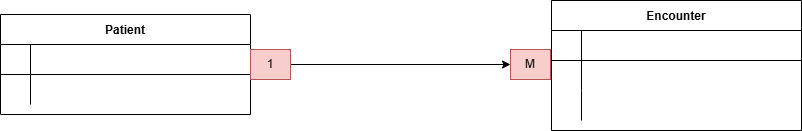
The draw.io diagram Patient Encounter Provider ER .drawio.png in tonilondon/sql-stork-caboodle, before a commit. Source tidied: cells renumbered, new cells last; positions are measured from the earlier drawing's top-left corner, leaving out a move shared by most shapes.
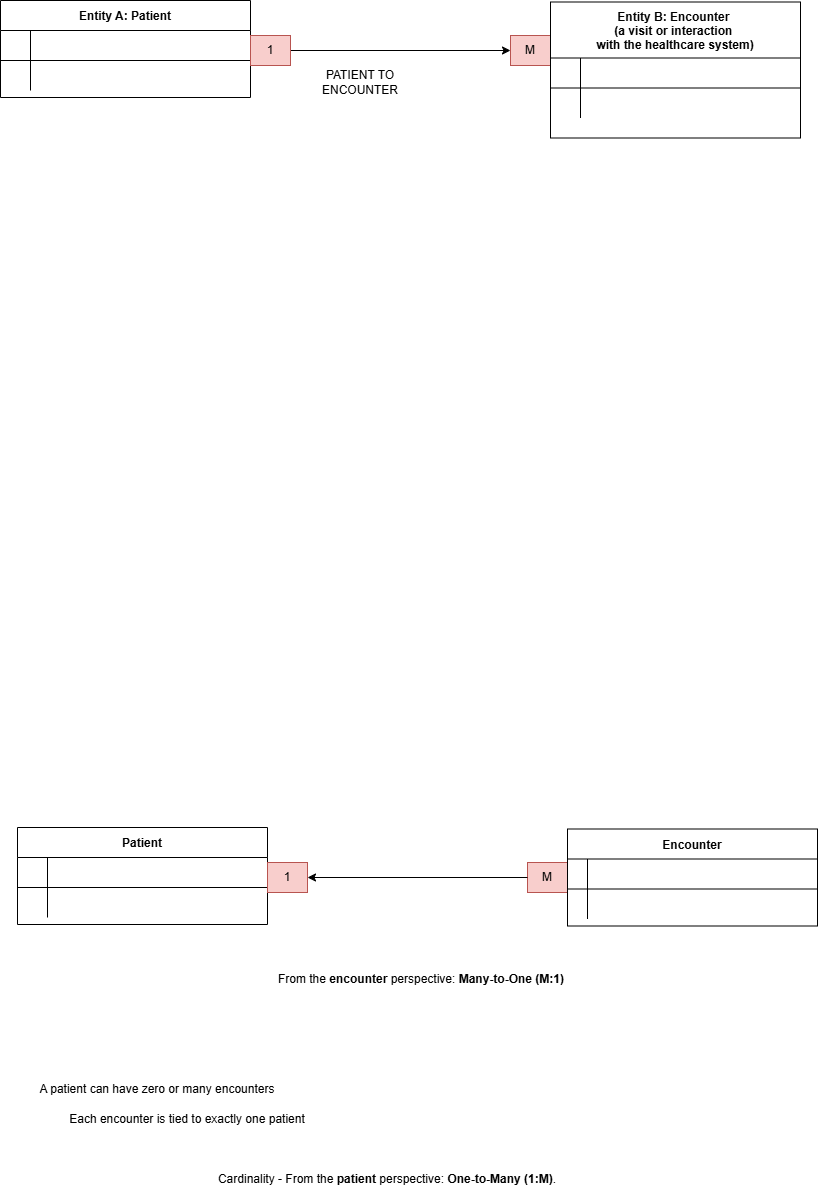
Above is the later version.

What changed in the source:
```diff
@@ -2,38 +2,8 @@
   <root>
     <mxCell id="0" />
     <mxCell id="1" parent="0" />
-    <mxCell id="2" value="Encounter" style="shape=table;startSize=30;rowLines=0;fontStyle=1;align=center;" parent="1" vertex="1">
-      <mxGeometry x="551" width="250" height="130" as="geometry" />
-    </mxCell>
-    <mxCell id="3" style="shape=partialRectangle;fillColor=none;top=0;left=0;right=0;bottom=1;" parent="2" vertex="1">
-      <mxGeometry y="30" width="250" height="30" as="geometry" />
-    </mxCell>
-    <mxCell id="4" style="shape=partialRectangle;overflow=hidden;fillColor=none;top=0;left=0;bottom=0;right=0;fontStyle=1;" parent="3" vertex="1">
-      <mxGeometry width="30" height="30" as="geometry" />
-    </mxCell>
-    <mxCell id="5" style="shape=partialRectangle;overflow=hidden;fillColor=none;top=0;left=0;bottom=0;right=0;align=left;spacingLeft=6;fontStyle=5;" parent="3" vertex="1">
-      <mxGeometry x="30" width="220" height="30" as="geometry" />
-    </mxCell>
-    <mxCell id="6" style="shape=partialRectangle;fillColor=none;top=0;left=0;right=0;bottom=0;" parent="2" vertex="1">
-      <mxGeometry y="60" width="250" height="30" as="geometry" />
-    </mxCell>
-    <mxCell id="7" style="shape=partialRectangle;overflow=hidden;fillColor=none;top=0;left=0;bottom=0;right=0;" parent="6" vertex="1">
-      <mxGeometry width="30" height="30" as="geometry" />
-    </mxCell>
-    <mxCell id="8" style="shape=partialRectangle;overflow=hidden;fillColor=none;top=0;left=0;bottom=0;right=0;align=left;spacingLeft=6;" parent="6" vertex="1">
-      <mxGeometry x="30" width="220" height="30" as="geometry" />
-    </mxCell>
-    <mxCell id="9" style="shape=partialRectangle;fillColor=none;top=0;left=0;right=0;bottom=0;" parent="2" vertex="1">
-      <mxGeometry y="90" width="250" height="30" as="geometry" />
-    </mxCell>
-    <mxCell id="10" style="shape=partialRectangle;overflow=hidden;fillColor=none;top=0;left=0;bottom=0;right=0;" parent="9" vertex="1">
-      <mxGeometry width="30" height="30" as="geometry" />
-    </mxCell>
-    <mxCell id="11" style="shape=partialRectangle;overflow=hidden;fillColor=none;top=0;left=0;bottom=0;right=0;align=left;spacingLeft=6;" parent="9" vertex="1">
-      <mxGeometry x="30" width="220" height="30" as="geometry" />
-    </mxCell>
-    <mxCell id="12" value="Patient" style="shape=table;startSize=30;rowLines=0;fontStyle=1;align=center;" parent="1" vertex="1">
-      <mxGeometry y="14" width="250" height="100" as="geometry" />
+    <mxCell id="12" value="Entity A: Patient" style="shape=table;startSize=30;rowLines=0;fontStyle=1;align=center;" parent="1" vertex="1">
+      <mxGeometry y="14" width="250" height="97" as="geometry" />
     </mxCell>
     <mxCell id="13" style="shape=partialRectangle;fillColor=none;top=0;left=0;right=0;bottom=1;" parent="12" vertex="1">
       <mxGeometry y="30" width="250" height="30" as="geometry" />
@@ -62,5 +32,92 @@
     <mxCell id="21" value="M" style="text;strokeColor=#b85450;align=center;fillColor=#f8cecc;html=1;verticalAlign=middle;whiteSpace=wrap;rounded=0;" parent="1" vertex="1">
       <mxGeometry x="510" y="49" width="40" height="30" as="geometry" />
     </mxCell>
+    <mxCell id="22" value="Entity B: Encounter &#10;(a visit or interaction &#10;with the healthcare system)" style="shape=table;startSize=56;rowLines=0;fontStyle=1;align=center;" parent="1" vertex="1">
+      <mxGeometry x="550" y="15.5" width="250" height="136" as="geometry" />
+    </mxCell>
+    <mxCell id="23" style="shape=partialRectangle;fillColor=none;top=0;left=0;right=0;bottom=1;" parent="22" vertex="1">
+      <mxGeometry y="56" width="250" height="30" as="geometry" />
+    </mxCell>
+    <mxCell id="24" style="shape=partialRectangle;overflow=hidden;fillColor=none;top=0;left=0;bottom=0;right=0;fontStyle=1;" parent="23" vertex="1">
+      <mxGeometry width="30" height="30" as="geometry" />
+    </mxCell>
+    <mxCell id="25" style="shape=partialRectangle;overflow=hidden;fillColor=none;top=0;left=0;bottom=0;right=0;align=left;spacingLeft=6;fontStyle=5;" parent="23" vertex="1">
+      <mxGeometry x="30" width="220" height="30" as="geometry" />
+    </mxCell>
+    <mxCell id="26" style="shape=partialRectangle;fillColor=none;top=0;left=0;right=0;bottom=0;" parent="22" vertex="1">
+      <mxGeometry y="86" width="250" height="30" as="geometry" />
+    </mxCell>
+    <mxCell id="27" style="shape=partialRectangle;overflow=hidden;fillColor=none;top=0;left=0;bottom=0;right=0;" parent="26" vertex="1">
+      <mxGeometry width="30" height="30" as="geometry" />
+    </mxCell>
+    <mxCell id="28" style="shape=partialRectangle;overflow=hidden;fillColor=none;top=0;left=0;bottom=0;right=0;align=left;spacingLeft=6;" parent="26" vertex="1">
+      <mxGeometry x="30" width="220" height="30" as="geometry" />
+    </mxCell>
+    <mxCell id="29" value="Patient" style="shape=table;startSize=30;rowLines=0;fontStyle=1;align=center;" parent="1" vertex="1">
+      <mxGeometry x="17" y="841" width="250" height="97" as="geometry" />
+    </mxCell>
+    <mxCell id="30" style="shape=partialRectangle;fillColor=none;top=0;left=0;right=0;bottom=1;" parent="29" vertex="1">
+      <mxGeometry y="30" width="250" height="30" as="geometry" />
+    </mxCell>
+    <mxCell id="31" style="shape=partialRectangle;overflow=hidden;fillColor=none;top=0;left=0;bottom=0;right=0;fontStyle=1;" parent="30" vertex="1">
+      <mxGeometry width="30" height="30" as="geometry" />
+    </mxCell>
+    <mxCell id="32" style="shape=partialRectangle;overflow=hidden;fillColor=none;top=0;left=0;bottom=0;right=0;align=left;spacingLeft=6;fontStyle=5;" parent="30" vertex="1">
+      <mxGeometry x="30" width="220" height="30" as="geometry" />
+    </mxCell>
+    <mxCell id="33" style="shape=partialRectangle;fillColor=none;top=0;left=0;right=0;bottom=0;" parent="29" vertex="1">
+      <mxGeometry y="60" width="250" height="30" as="geometry" />
+    </mxCell>
+    <mxCell id="34" style="shape=partialRectangle;overflow=hidden;fillColor=none;top=0;left=0;bottom=0;right=0;" parent="33" vertex="1">
+      <mxGeometry width="30" height="30" as="geometry" />
+    </mxCell>
+    <mxCell id="35" style="shape=partialRectangle;overflow=hidden;fillColor=none;top=0;left=0;bottom=0;right=0;align=left;spacingLeft=6;" parent="33" vertex="1">
+      <mxGeometry x="30" width="220" height="30" as="geometry" />
+    </mxCell>
+    <mxCell id="36" value="1" style="text;strokeColor=#b85450;align=center;fillColor=#f8cecc;html=1;verticalAlign=middle;whiteSpace=wrap;rounded=0;" parent="1" vertex="1">
+      <mxGeometry x="267" y="876" width="40" height="30" as="geometry" />
+    </mxCell>
+    <mxCell id="37" value="M" style="text;strokeColor=#b85450;align=center;fillColor=#f8cecc;html=1;verticalAlign=middle;whiteSpace=wrap;rounded=0;" parent="1" vertex="1">
+      <mxGeometry x="527" y="876" width="40" height="30" as="geometry" />
+    </mxCell>
+    <mxCell id="2" value="Encounter" style="shape=table;startSize=30;rowLines=0;fontStyle=1;align=center;" parent="1" vertex="1">
+      <mxGeometry x="567" y="842.5" width="250" height="97" as="geometry" />
+    </mxCell>
+    <mxCell id="38" style="shape=partialRectangle;fillColor=none;top=0;left=0;right=0;bottom=1;" parent="2" vertex="1">
+      <mxGeometry y="30" width="250" height="30" as="geometry" />
+    </mxCell>
+    <mxCell id="39" style="shape=partialRectangle;overflow=hidden;fillColor=none;top=0;left=0;bottom=0;right=0;fontStyle=1;" parent="38" vertex="1">
+      <mxGeometry width="20" height="30" as="geometry" />
+    </mxCell>
+    <mxCell id="40" style="shape=partialRectangle;overflow=hidden;fillColor=none;top=0;left=0;bottom=0;right=0;align=left;spacingLeft=6;fontStyle=5;" parent="38" vertex="1">
+      <mxGeometry x="20" width="230" height="30" as="geometry" />
+    </mxCell>
+    <mxCell id="41" style="shape=partialRectangle;fillColor=none;top=0;left=0;right=0;bottom=0;" parent="2" vertex="1">
+      <mxGeometry y="60" width="250" height="30" as="geometry" />
+    </mxCell>
+    <mxCell id="42" style="shape=partialRectangle;overflow=hidden;fillColor=none;top=0;left=0;bottom=0;right=0;" parent="41" vertex="1">
+      <mxGeometry width="20" height="30" as="geometry" />
+    </mxCell>
+    <mxCell id="43" style="shape=partialRectangle;overflow=hidden;fillColor=none;top=0;left=0;bottom=0;right=0;align=left;spacingLeft=6;" parent="41" vertex="1">
+      <mxGeometry x="20" width="230" height="30" as="geometry" />
+    </mxCell>
+    <mxCell id="44" style="endArrow=classic;html=1;rounded=0;entryX=1;entryY=0.5;entryDx=0;entryDy=0;exitX=0;exitY=0.5;exitDx=0;exitDy=0;" parent="1" edge="1" source="37" target="36">
+      <mxGeometry relative="1" as="geometry" />
+    </mxCell>
+    <mxCell id="45" value="A patient can have zero or many encounters" style="text;strokeColor=none;align=center;fillColor=none;html=1;verticalAlign=middle;whiteSpace=wrap;rounded=0;" parent="1" vertex="1">
+      <mxGeometry x="17" y="1088" width="280" height="30" as="geometry" />
+    </mxCell>
+    <mxCell id="46" value="Each encounter is tied to exactly one patient" style="text;strokeColor=none;align=center;fillColor=none;html=1;verticalAlign=middle;whiteSpace=wrap;rounded=0;" parent="1" vertex="1">
+      <mxGeometry x="47" y="1118" width="280" height="30" as="geometry" />
+    </mxCell>
+    <mxCell id="47" value="Cardinality - From the &lt;strong&gt;patient&lt;/strong&gt; perspective: &lt;strong&gt;One-to-Many (1:M)&lt;/strong&gt;.&lt;span style=&quot;color: rgba(0, 0, 0, 0); font-family: monospace; font-size: 0px; text-align: start; text-wrap-mode: nowrap;&quot;&gt;%3CmxGraphModel%3E%3Croot%3E%3CmxCell%20id%3D%220%22%2F%3E%3CmxCell%20id%3D%221%22%20parent%3D%220%22%2F%3E%3CmxCell%20id%3D%222%22%20value%3D%22Each%20encounter%20is%20tied%20to%20exactly%20one%20patient%22%20style%3D%22text%3BstrokeColor%3Dnone%3Balign%3Dcenter%3BfillColor%3Dnone%3Bhtml%3D1%3BverticalAlign%3Dmiddle%3BwhiteSpace%3Dwrap%3Brounded%3D0%3B%22%20vertex%3D%221%22%20parent%3D%221%22%3E%3CmxGeometry%20x%3D%2210%22%20y%3D%22151.5%22%20width%3D%22280%22%20height%3D%2230%22%20as%3D%22geometry%22%2F%3E%3C%2FmxCell%3E%3C%2Froot%3E%3C%2FmxGraphModel%3E&lt;/span&gt;" style="text;strokeColor=none;align=center;fillColor=none;html=1;verticalAlign=middle;whiteSpace=wrap;rounded=0;" parent="1" vertex="1">
+      <mxGeometry x="177" y="1178" width="420" height="30" as="geometry" />
+    </mxCell>
+    <mxCell id="48" value="From the &lt;strong&gt;encounter&lt;/strong&gt; perspective: &lt;strong&gt;Many-to-One (M:1)&lt;/strong&gt;" style="text;strokeColor=none;align=center;fillColor=none;html=1;verticalAlign=middle;whiteSpace=wrap;rounded=0;" parent="1" vertex="1">
+      <mxGeometry x="211" y="978" width="420" height="30" as="geometry" />
+    </mxCell>
+    <mxCell id="49" value="PATIENT TO ENCOUNTER" style="text;strokeColor=none;align=center;fillColor=none;html=1;verticalAlign=middle;whiteSpace=wrap;rounded=0;" parent="1" vertex="1">
+      <mxGeometry x="330" y="81" width="60" height="30" as="geometry" />
+    </mxCell>
   </root>
 </mxGraphModel>
```
